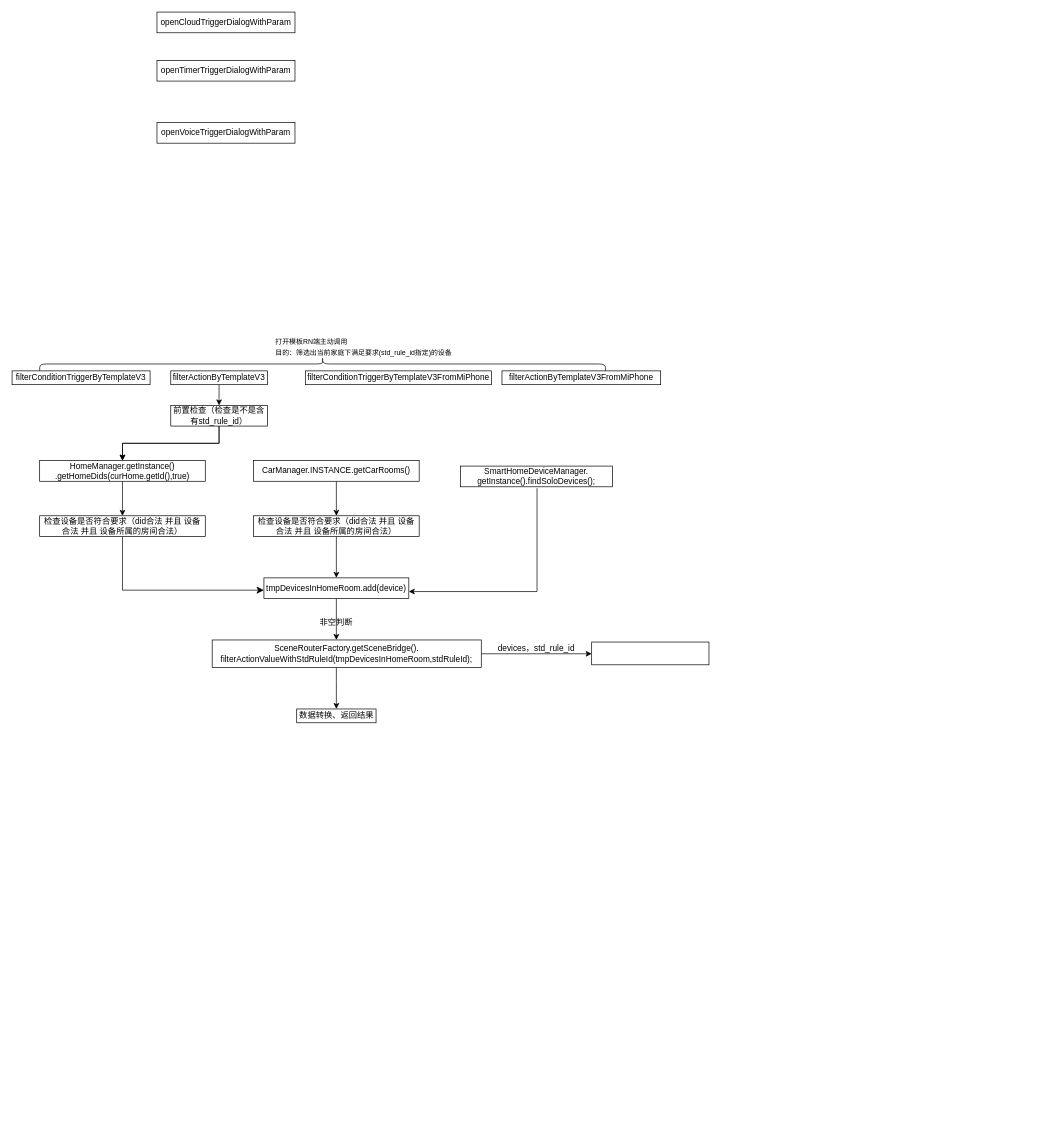
Above: 未命名绘图.drawio in WljclW/coolweather (draw.io), before the change. Source tidied: cells renumbered, new cells numbered last; positions are measured from the earlier drawing's top-left corner, leaving out a move shared by most shapes. Both pictures are drawn from the tidied source at 69%, with x=0, y=0 at pixel (12, 12).
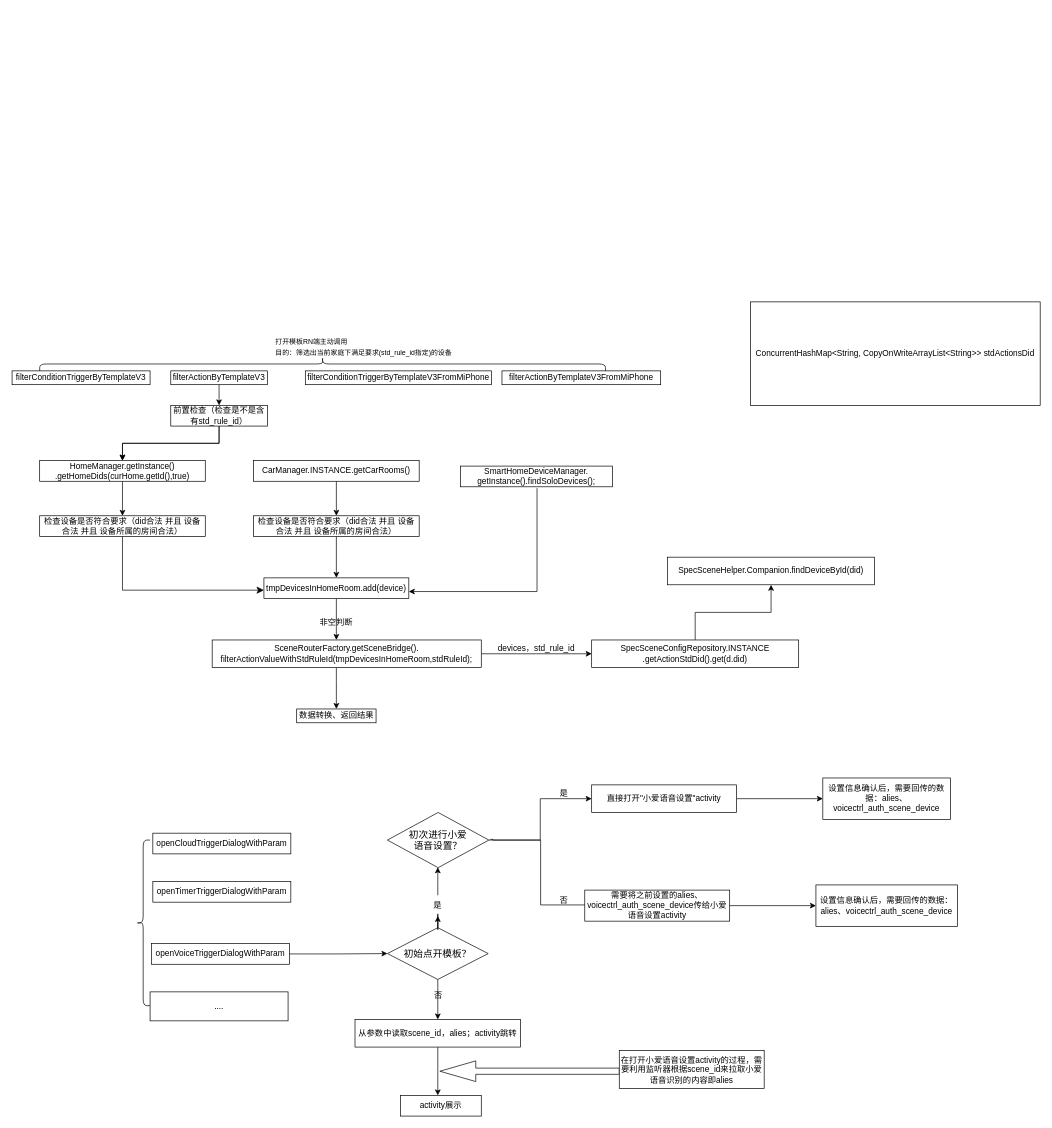
The same diagram, later.

Commit message:
更新未命名绘图.drawio

The edit, as a diff of the source:
```diff
@@
     <mxCell id="2" value="openCloudTriggerDialogWithParam" style="rounded=0;whiteSpace=wrap;html=1;" parent="1" vertex="1">
-      <mxGeometry x="210" width="200" height="30" as="geometry" />
+      <mxGeometry x="204" y="1190" width="200" height="30" as="geometry" />
     </mxCell>
+    <mxCell id="34" style="edgeStyle=orthogonalEdgeStyle;rounded=0;jettySize=auto;html=1;" parent="1" edge="1" source="3" target="41">
+      <mxGeometry relative="1" as="geometry" />
+    </mxCell>
     <mxCell id="3" value="openVoiceTriggerDialogWithParam" style="rounded=0;whiteSpace=wrap;html=1;" parent="1" vertex="1">
-      <mxGeometry x="210" y="160" width="200" height="30" as="geometry" />
+      <mxGeometry x="202" y="1350" width="200" height="30" as="geometry" />
     </mxCell>
     <mxCell id="4" value="openTimerTriggerDialogWithParam" style="rounded=0;whiteSpace=wrap;html=1;" parent="1" vertex="1">
-      <mxGeometry x="210" y="70" width="200" height="30" as="geometry" />
+      <mxGeometry x="204" y="1260" width="200" height="30" as="geometry" />
     </mxCell>
@@
+    <mxCell id="35" style="edgeStyle=orthogonalEdgeStyle;rounded=0;jettySize=auto;html=1;" parent="1" edge="1" source="33" target="36">
+      <mxGeometry relative="1" as="geometry" />
+    </mxCell>
-    <mxCell id="33" style="rounded=0;whiteSpace=wrap;html=1;" parent="1" vertex="1">
-      <mxGeometry x="840" y="913" width="170" height="33" as="geometry" />
+    <mxCell id="33" value="SpecSceneConfigRepository.INSTANCE&lt;br&gt;.getActionStdDid().get(d.did)" style="rounded=0;whiteSpace=wrap;html=1;" parent="1" vertex="1">
+      <mxGeometry x="840" y="910" width="300" height="40" as="geometry" />
     </mxCell>
+    <mxCell id="36" value="SpecSceneHelper.Companion.findDeviceById(did)" style="rounded=0;whiteSpace=wrap;html=1;" parent="1" vertex="1">
+      <mxGeometry x="950" y="790" width="300" height="40" as="geometry" />
+    </mxCell>
+    <mxCell id="37" value="ConcurrentHashMap&amp;lt;String, CopyOnWriteArrayList&amp;lt;String&amp;gt;&amp;gt; stdActionsDid" style="rounded=0;whiteSpace=wrap;html=1;" parent="1" vertex="1">
+      <mxGeometry x="1070" y="420" width="420" height="150" as="geometry" />
+    </mxCell>
+    <mxCell id="38" style="shape=curlyBracket;whiteSpace=wrap;html=1;rounded=1;labelPosition=left;verticalLabelPosition=middle;align=right;verticalAlign=middle;" parent="1" vertex="1">
+      <mxGeometry x="180" y="1200" width="20" height="240" as="geometry" />
+    </mxCell>
+    <mxCell id="39" style="edgeStyle=orthogonalEdgeStyle;rounded=0;jettySize=auto;html=1;" parent="1" edge="1" source="41" target="43">
+      <mxGeometry relative="1" as="geometry" />
+    </mxCell>
+    <mxCell id="40" style="edgeStyle=orthogonalEdgeStyle;rounded=0;jettySize=auto;html=1;" parent="1" edge="1" source="49">
+      <mxGeometry relative="1" as="geometry">
+        <mxPoint x="617" y="1239.5" as="targetPoint" />
+      </mxGeometry>
+    </mxCell>
+    <mxCell id="41" value="&lt;font style=&quot;font-size: 14px;&quot;&gt;初始点开模板？&lt;/font&gt;" style="rhombus;whiteSpace=wrap;html=1;rounded=0;" parent="1" vertex="1">
+      <mxGeometry x="544" y="1327" width="146" height="75" as="geometry" />
+    </mxCell>
+    <mxCell id="42" style="edgeStyle=orthogonalEdgeStyle;rounded=0;jettySize=auto;html=1;" parent="1" edge="1" source="43">
+      <mxGeometry relative="1" as="geometry">
+        <mxPoint x="617" y="1570" as="targetPoint" />
+      </mxGeometry>
+    </mxCell>
+    <mxCell id="43" value="从参数中读取scene_id，alies；activity跳转" style="rounded=0;whiteSpace=wrap;html=1;" parent="1" vertex="1">
+      <mxGeometry x="497" y="1460" width="240" height="40" as="geometry" />
+    </mxCell>
+    <mxCell id="44" style="edgeStyle=orthogonalEdgeStyle;rounded=0;jettySize=auto;html=1;" parent="1" edge="1" source="46" target="51">
+      <mxGeometry relative="1" as="geometry" />
+    </mxCell>
+    <mxCell id="45" style="edgeStyle=orthogonalEdgeStyle;rounded=0;orthogonalLoop=1;jettySize=auto;html=1;entryX=-0.017;entryY=0.617;entryDx=0;entryDy=0;entryPerimeter=0;exitX=1;exitY=0.488;exitDx=0;exitDy=0;exitPerimeter=0;" parent="1" edge="1">
+      <mxGeometry relative="1" as="geometry">
+        <mxPoint x="693" y="1199" as="sourcePoint" />
+        <mxPoint x="844" y="1294" as="targetPoint" />
+        <Array as="points">
+          <mxPoint x="697" y="1199" />
+          <mxPoint x="697" y="1200" />
+          <mxPoint x="766" y="1200" />
+          <mxPoint x="766" y="1294" />
+        </Array>
+      </mxGeometry>
+    </mxCell>
+    <mxCell id="46" value="&lt;font style=&quot;font-size: 14px;&quot;&gt;初次进行小爱&lt;br&gt;语音设置？&lt;/font&gt;" style="rhombus;whiteSpace=wrap;html=1;" parent="1" vertex="1">
+      <mxGeometry x="544" y="1160" width="147" height="80" as="geometry" />
+    </mxCell>
+    <mxCell id="47" value="否" style="text;html=1;align=center;verticalAlign=middle;whiteSpace=wrap;rounded=0;" parent="1" vertex="1">
+      <mxGeometry x="587.5" y="1410" width="60" height="30" as="geometry" />
+    </mxCell>
+    <mxCell id="48" style="edgeStyle=orthogonalEdgeStyle;rounded=0;jettySize=auto;html=1;" parent="1" edge="1" source="41" target="49">
+      <mxGeometry relative="1" as="geometry" />
+    </mxCell>
+    <mxCell id="49" value="是" style="text;html=1;align=center;verticalAlign=middle;whiteSpace=wrap;rounded=0;" parent="1" vertex="1">
+      <mxGeometry x="587" y="1280" width="60" height="30" as="geometry" />
+    </mxCell>
+    <mxCell id="50" style="edgeStyle=orthogonalEdgeStyle;rounded=0;jettySize=auto;html=1;" parent="1" edge="1" source="51" target="59">
+      <mxGeometry relative="1" as="geometry" />
+    </mxCell>
+    <mxCell id="51" value="直接打开&quot;小爱语音设置&quot;activity" style="whiteSpace=wrap;html=1;" parent="1" vertex="1">
+      <mxGeometry x="840" y="1120" width="210" height="40" as="geometry" />
+    </mxCell>
+    <mxCell id="52" style="edgeStyle=orthogonalEdgeStyle;rounded=0;jettySize=auto;html=1;" parent="1" edge="1" source="53" target="60">
+      <mxGeometry relative="1" as="geometry" />
+    </mxCell>
+    <mxCell id="53" value="需要将之前设置的alies、voicectrl_auth_scene_device传给小爱语音设置activity" style="whiteSpace=wrap;html=1;" parent="1" vertex="1">
+      <mxGeometry x="830" y="1272.5" width="210" height="45" as="geometry" />
+    </mxCell>
+    <mxCell id="54" value="否" style="text;html=1;align=center;verticalAlign=middle;whiteSpace=wrap;rounded=0;" parent="1" vertex="1">
+      <mxGeometry x="770" y="1272" width="60" height="30" as="geometry" />
+    </mxCell>
+    <mxCell id="55" value="是" style="text;html=1;align=center;verticalAlign=middle;whiteSpace=wrap;rounded=0;" parent="1" vertex="1">
+      <mxGeometry x="770" y="1117" width="60" height="30" as="geometry" />
+    </mxCell>
+    <mxCell id="56" value="activity展示" style="whiteSpace=wrap;html=1;rounded=0;" parent="1" vertex="1">
+      <mxGeometry x="563" y="1570" width="117" height="30" as="geometry" />
+    </mxCell>
+    <mxCell id="57" style="shape=singleArrow;direction=west;whiteSpace=wrap;html=1;" parent="1" vertex="1">
+      <mxGeometry x="620" y="1520" width="260" height="30" as="geometry" />
+    </mxCell>
+    <mxCell id="58" value="在打开小爱语音设置activity的过程，需要利用监听器根据scene_id来拉取小爱语音识别的内容即alies" style="rounded=0;whiteSpace=wrap;html=1;" parent="1" vertex="1">
+      <mxGeometry x="880" y="1505" width="210" height="55" as="geometry" />
+    </mxCell>
+    <mxCell id="59" value="设置信息确认后，需要回传的数据：alies、voicectrl_auth_scene_device" style="whiteSpace=wrap;html=1;" parent="1" vertex="1">
+      <mxGeometry x="1175" y="1110" width="185" height="60" as="geometry" />
+    </mxCell>
+    <mxCell id="60" value="设置信息确认后，需要回传的数据：alies、voicectrl_auth_scene_device" style="whiteSpace=wrap;html=1;" parent="1" vertex="1">
+      <mxGeometry x="1165" y="1265" width="205" height="60" as="geometry" />
+    </mxCell>
+    <mxCell id="61" value="...." style="rounded=0;whiteSpace=wrap;html=1;" parent="1" vertex="1">
+      <mxGeometry x="200" y="1420" width="200" height="42" as="geometry" />
+    </mxCell>
```
